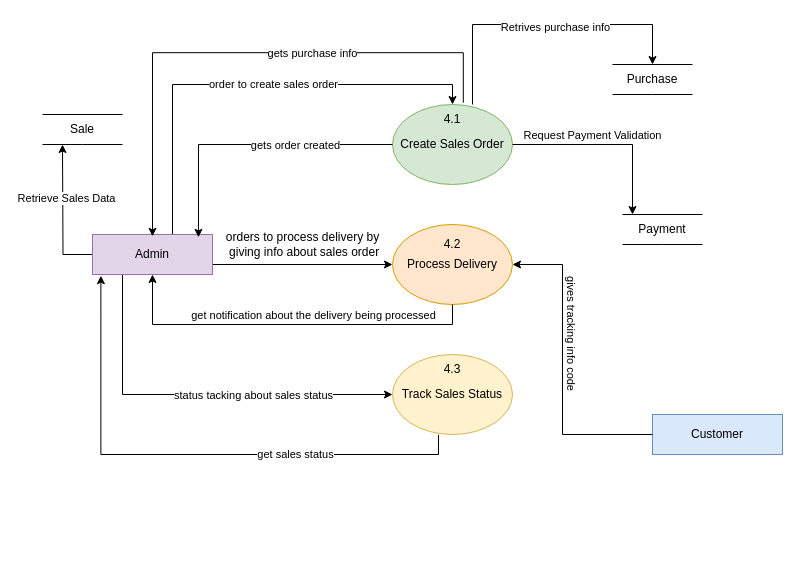
This is Level 2 of .drawio from pawal-karki/DRAW.IO, a draw.io file, before an edit. Source tidied: cells renumbered, new cells numbered last; positions are measured from the earlier drawing's top-left corner, leaving out a move shared by most shapes. Both pictures are drawn from the tidied source at 100%, with x=0, y=0 at pixel (42, 24).
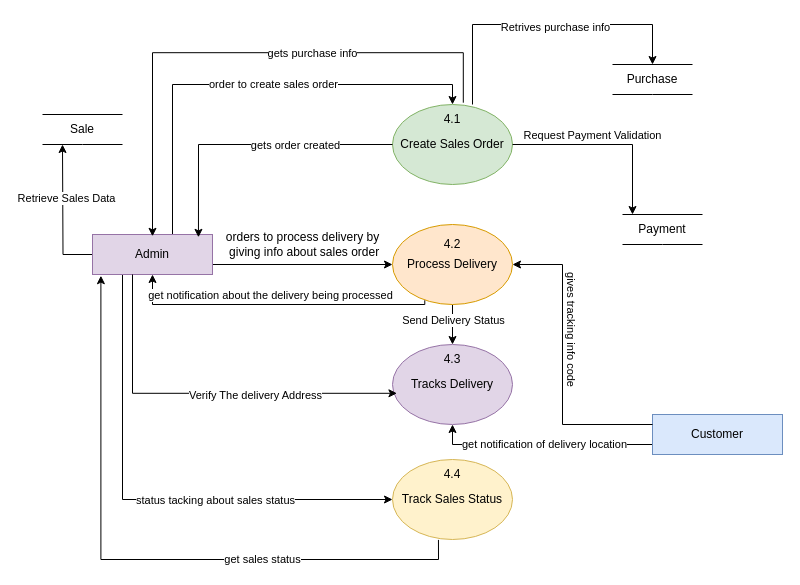
The same page after the edit.

Unchanged cells that the change refers to:
```xml
<mxCell id="7" value="Process Delivery" style="ellipse;whiteSpace=wrap;html=1;fillColor=#ffe6cc;strokeColor=#d79b00;" parent="1" vertex="1">
  <mxGeometry x="350" y="200" width="120" height="80" as="geometry" />
</mxCell>
<mxCell id="16" value="Admin" style="rounded=0;whiteSpace=wrap;html=1;fillColor=#e1d5e7;strokeColor=#9673a6;" parent="1" vertex="1">
  <mxGeometry x="50" y="210" width="120" height="40" as="geometry" />
</mxCell>
<mxCell id="17" value="Customer" style="rounded=0;whiteSpace=wrap;html=1;fillColor=#dae8fc;strokeColor=#6c8ebf;" parent="1" vertex="1">
  <mxGeometry x="610" y="390" width="130" height="40" as="geometry" />
</mxCell>
```

Change to the diagram source:
```diff
@@
     <mxCell id="5" value="Track Sales Status" style="ellipse;whiteSpace=wrap;html=1;fillColor=#fff2cc;strokeColor=#d6b656;" parent="1" vertex="1">
-      <mxGeometry x="350" y="330" width="120" height="80" as="geometry" />
+      <mxGeometry x="350" y="435" width="120" height="80" as="geometry" />
     </mxCell>
@@
+    <mxCell id="41" style="edgeStyle=orthogonalEdgeStyle;rounded=0;jettySize=auto;html=1;entryX=0.5;entryY=0;entryDx=0;entryDy=0;" parent="1" edge="1" source="7" target="48">
+      <mxGeometry relative="1" as="geometry" />
+    </mxCell>
+    <mxCell id="42" value="Send Delivery Status" style="edgeLabel;html=1;align=center;verticalAlign=middle;" parent="41" vertex="1">
+      <mxGeometry x="-0.26" relative="1" as="geometry" />
+    </mxCell>
@@
-    <mxCell id="10" style="edgeStyle=orthogonalEdgeStyle;rounded=0;jettySize=auto;html=1;entryX=0.5;entryY=1;entryDx=0;entryDy=0;startArrow=classic;startFill=1;endArrow=none;endFill=0;" parent="1" edge="1" source="16" target="7">
+    <mxCell id="10" style="edgeStyle=orthogonalEdgeStyle;rounded=0;jettySize=auto;html=1;entryX=0.269;entryY=0.948;entryDx=0;entryDy=0;startArrow=classic;startFill=1;endArrow=none;endFill=0;entryPerimeter=0;" parent="1" edge="1" source="16" target="7">
       <mxGeometry relative="1" as="geometry">
         <Array as="points">
-          <mxPoint x="110" y="300" />
-          <mxPoint x="410" y="300" />
+          <mxPoint x="110" y="280" />
+          <mxPoint x="382" y="280" />
         </Array>
       </mxGeometry>
     </mxCell>
     <mxCell id="11" value="get notification about the delivery being processed" style="edgeLabel;html=1;align=center;verticalAlign=middle;" parent="10" vertex="1">
       <mxGeometry x="0.11" relative="1" as="geometry">
-        <mxPoint x="5" y="-10" as="offset" />
+        <mxPoint x="-23" y="-10" as="offset" />
       </mxGeometry>
     </mxCell>
@@
+    <mxCell id="43" style="edgeStyle=orthogonalEdgeStyle;rounded=0;jettySize=auto;html=1;" parent="1" edge="1" source="17" target="45">
+      <mxGeometry relative="1" as="geometry">
+        <Array as="points">
+          <mxPoint x="410" y="420" />
+        </Array>
+      </mxGeometry>
+    </mxCell>
+    <mxCell id="44" value="get notification of delivery location" style="edgeLabel;html=1;align=center;verticalAlign=middle;" parent="43" vertex="1">
+      <mxGeometry x="-0.01" y="-1" relative="1" as="geometry" />
+    </mxCell>
@@
     <mxCell id="28" style="edgeStyle=orthogonalEdgeStyle;rounded=0;jettySize=auto;html=1;" parent="1" edge="1" source="17" target="7">
       <mxGeometry relative="1" as="geometry">
         <Array as="points">
-          <mxPoint x="520" y="410" />
+          <mxPoint x="520" y="400" />
           <mxPoint x="520" y="240" />
         </Array>
       </mxGeometry>
     </mxCell>
@@
-    <mxCell id="32" value="4.3" style="text;html=1;align=center;verticalAlign=middle;whiteSpace=wrap;rounded=0;" parent="1" vertex="1">
-      <mxGeometry x="380" y="330" width="60" height="30" as="geometry" />
+    <mxCell id="32" value="4.4" style="text;html=1;align=center;verticalAlign=middle;whiteSpace=wrap;rounded=0;" parent="1" vertex="1">
+      <mxGeometry x="380" y="435" width="60" height="30" as="geometry" />
     </mxCell>
@@
+    <mxCell id="45" value="Tracks Delivery" style="ellipse;whiteSpace=wrap;html=1;fillColor=#e1d5e7;strokeColor=#9673a6;" parent="1" vertex="1">
+      <mxGeometry x="350" y="320" width="120" height="80" as="geometry" />
+    </mxCell>
+    <mxCell id="46" style="edgeStyle=orthogonalEdgeStyle;rounded=0;jettySize=auto;html=1;entryX=0.037;entryY=0.61;entryDx=0;entryDy=0;entryPerimeter=0;" parent="1" edge="1" source="16" target="45">
+      <mxGeometry relative="1" as="geometry">
+        <Array as="points">
+          <mxPoint x="90" y="369" />
+        </Array>
+      </mxGeometry>
+    </mxCell>
+    <mxCell id="47" value="Verify The delivery Address" style="edgeLabel;html=1;align=center;verticalAlign=middle;" parent="46" vertex="1">
+      <mxGeometry x="0.26" y="-2" relative="1" as="geometry" />
+    </mxCell>
+    <mxCell id="48" value="4.3" style="text;html=1;align=center;verticalAlign=middle;whiteSpace=wrap;rounded=0;" parent="1" vertex="1">
+      <mxGeometry x="380" y="320" width="60" height="30" as="geometry" />
+    </mxCell>
```
